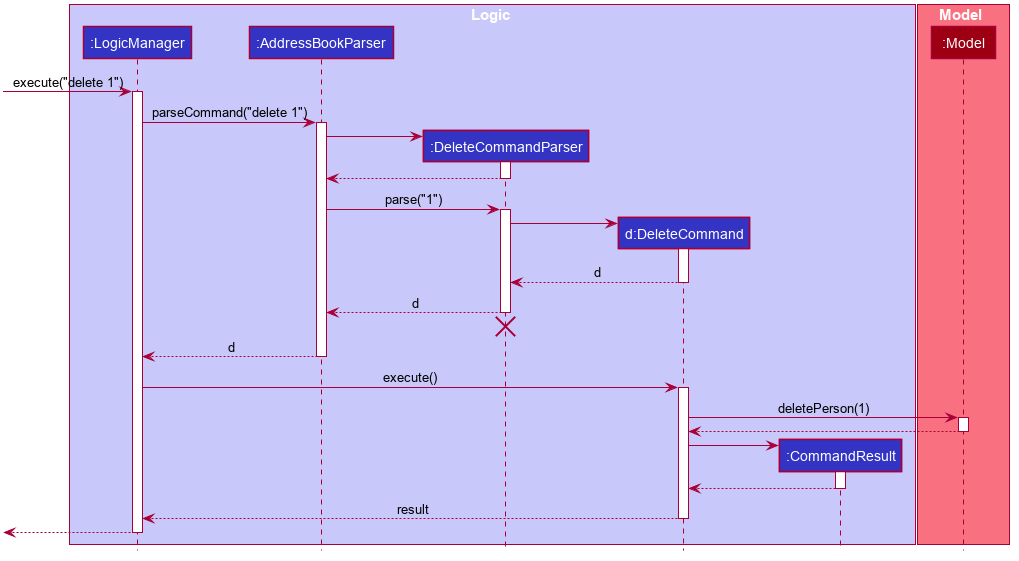
Above: docs/images/DeleteSequenceDiagram.png in nus-cs2103-AY1920S1/addressbook-level3 (PlantUML), before the change.
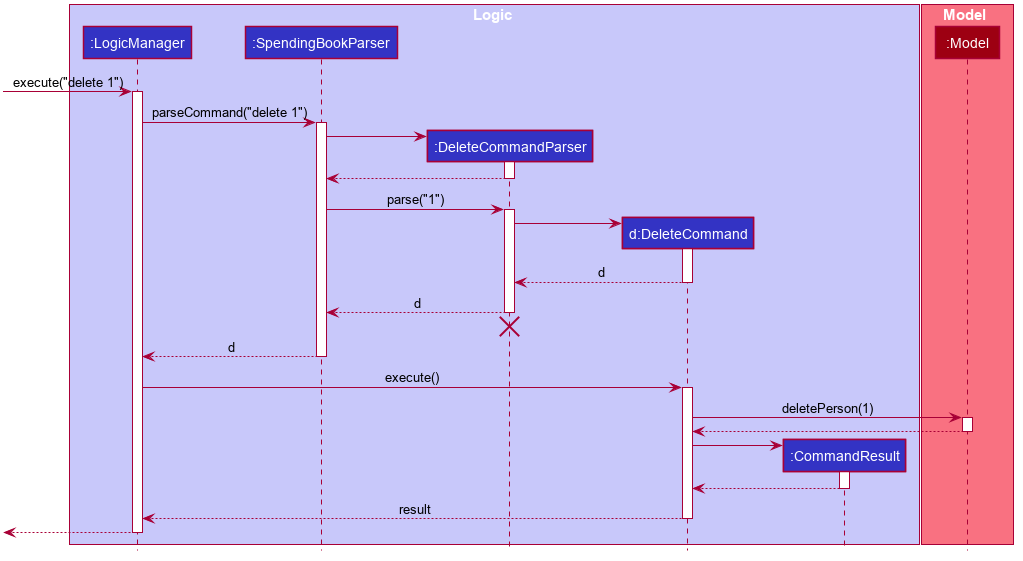
Later version of the same file.

Commit message:
Fix image problem and add preface to sections

What changed in the source:
```diff
@@ -50,7 +50,7 @@
 
 box Logic #C8C8FA
 participant ":LogicManager" as LogicManager #3333C4
-participant ":AddressBookParser" as AddressBookParser #3333C4
+participant ":SpendingBookParser" as SpendingBookParser #3333C4
 participant ":DeleteCommandParser" as DeleteCommandParser #3333C4
 participant "d:DeleteCommand" as DeleteCommand #3333C4
 participant ":CommandResult" as CommandResult #3333C4
@@ -63,17 +63,17 @@
 [-> LogicManager : execute("delete 1")
 activate LogicManager
 
-LogicManager -> AddressBookParser : parseCommand("delete 1")
-activate AddressBookParser
+LogicManager -> SpendingBookParser : parseCommand("delete 1")
+activate SpendingBookParser
 
 create DeleteCommandParser
-AddressBookParser -> DeleteCommandParser
+SpendingBookParser -> DeleteCommandParser
 activate DeleteCommandParser
 
-DeleteCommandParser --> AddressBookParser
+DeleteCommandParser --> SpendingBookParser
 deactivate DeleteCommandParser
 
-AddressBookParser -> DeleteCommandParser : parse("1")
+SpendingBookParser -> DeleteCommandParser : parse("1")
 activate DeleteCommandParser
 
 create DeleteCommand
@@ -83,13 +83,13 @@
 DeleteCommand --> DeleteCommandParser : d
 deactivate DeleteCommand
 
-DeleteCommandParser --> AddressBookParser : d
+DeleteCommandParser --> SpendingBookParser : d
 deactivate DeleteCommandParser
-DeleteCommandParser -[hidden]-> AddressBookParser
+DeleteCommandParser -[hidden]-> SpendingBookParser
 destroy DeleteCommandParser
 
-AddressBookParser --> LogicManager : d
-deactivate AddressBookParser
+SpendingBookParser --> LogicManager : d
+deactivate SpendingBookParser
 
 LogicManager -> DeleteCommand : execute()
 activate DeleteCommand
```
